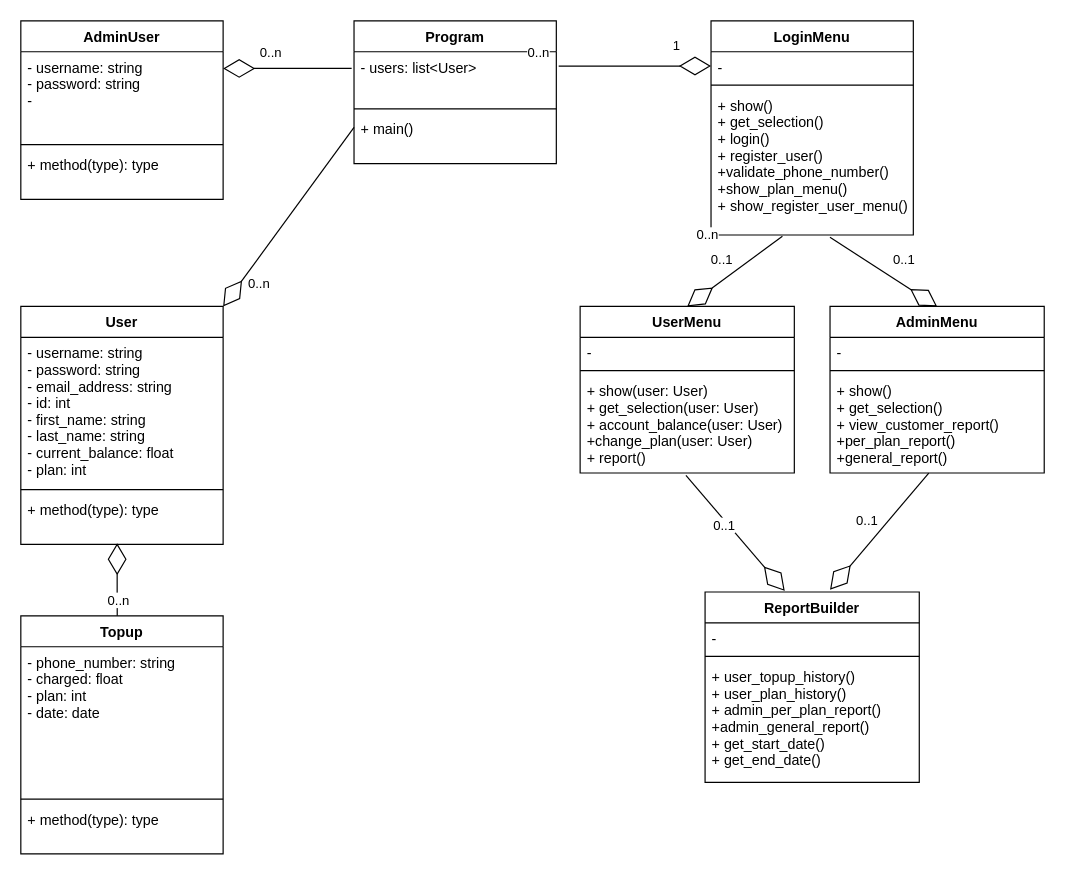
Earlier version of the draw.io diagram class_diagram.drawio (miyazakimaiko/Credit-Purchase-App). Source tidied: cells renumbered, new cells numbered last; positions are measured from the earlier drawing's top-left corner, leaving out a move shared by most shapes. Both pictures are drawn from the tidied source at 119%, with x=0, y=0 at pixel (20, 20).
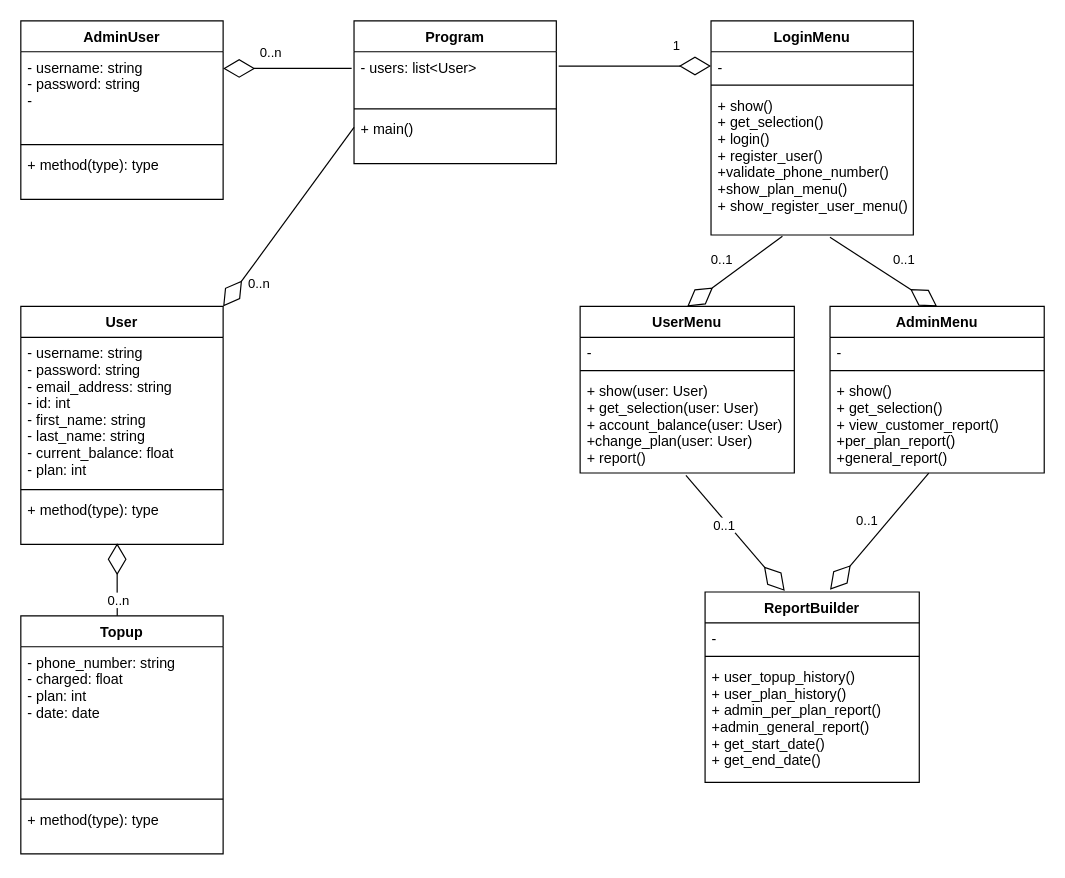
The same diagram, later.

Commit message:
Deleted unnecessary element

Unchanged cells that the change refers to:
```xml
<mxCell id="40" style="endArrow=diamondThin;endFill=0;endSize=24;html=1;entryX=0;entryY=0.5;entryDx=0;entryDy=0;" parent="1" edge="1" target="15">
  <mxGeometry relative="1" as="geometry">
    <mxPoint x="452" y="38" as="sourcePoint" />
  </mxGeometry>
</mxCell>
<mxCell id="43" style="endArrow=diamondThin;endFill=0;endSize=24;html=1;entryX=0.5;entryY=0;entryDx=0;entryDy=0;" parent="1" edge="1" target="18">
  <mxGeometry relative="1" as="geometry">
    <mxPoint x="640" y="181" as="sourcePoint" />
  </mxGeometry>
</mxCell>
```

What changed in the source:
```diff
@@
-    <mxCell id="41" value="0..n" style="edgeLabel;html=1;align=center;verticalAlign=middle;" parent="40" vertex="1">
-      <mxGeometry x="-0.57" y="-1" relative="1" as="geometry">
-        <mxPoint x="-46" y="-13" as="offset" />
-      </mxGeometry>
-    </mxCell>
@@
-    <mxCell id="44" value="0..n" style="edgeLabel;html=1;align=center;verticalAlign=middle;" parent="43" vertex="1">
-      <mxGeometry x="-0.57" y="-1" relative="1" as="geometry">
-        <mxPoint x="-46" y="-13" as="offset" />
-      </mxGeometry>
-    </mxCell>
```
